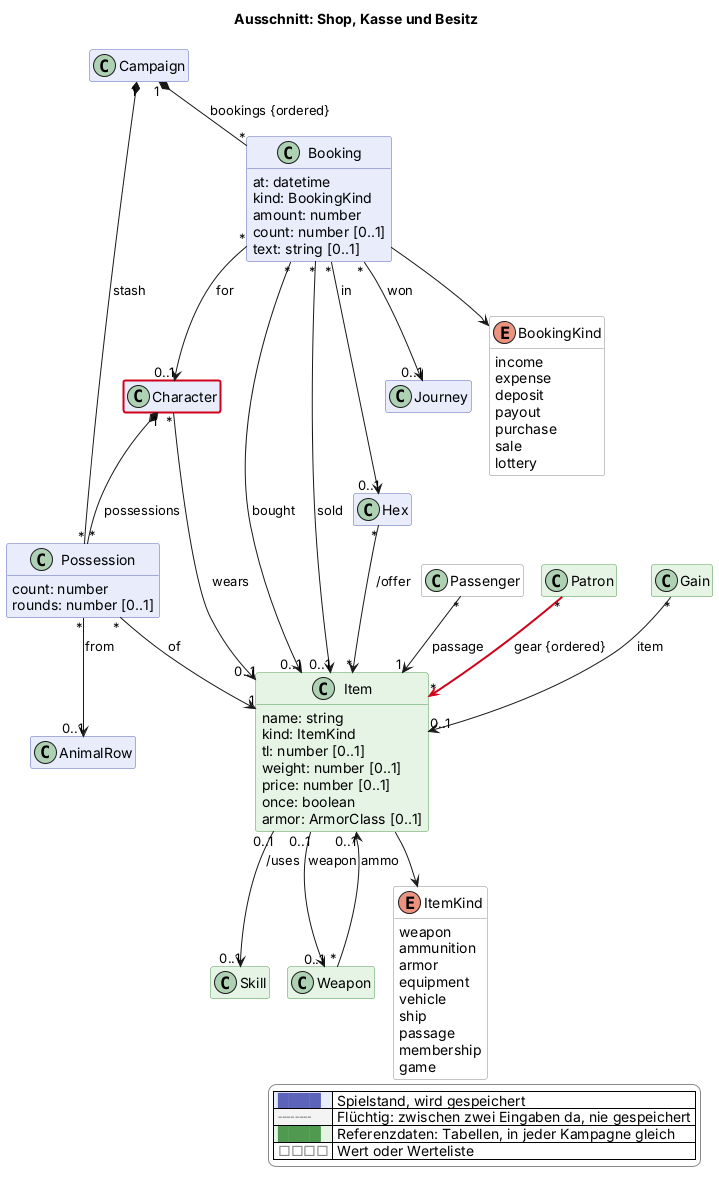
Above: docs/views/shop.png in scuzzar/SRE (PlantUML), before the change.
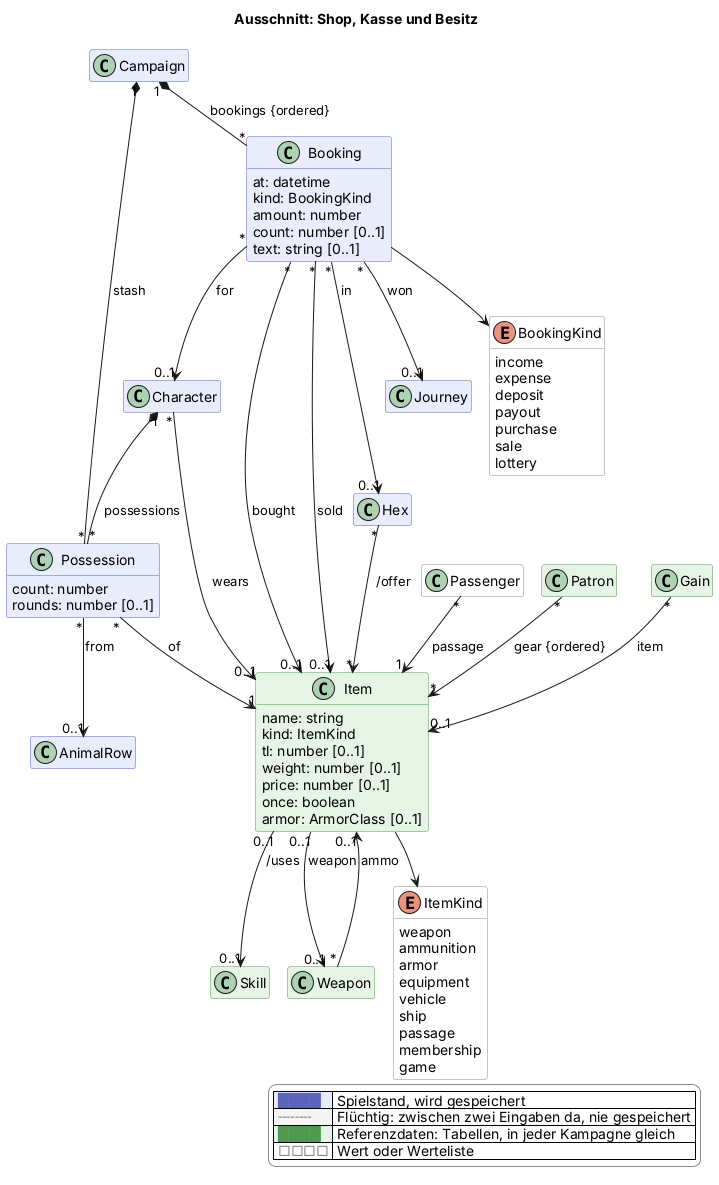
After the commit.

Diff of the diagram source:
```diff
@@ -147,7 +147,7 @@
 Weapon "*" --> "0..1" Item : ammo
 Hex "*" --> "*" Item : /offer
 
-Patron "*" -$newArrow("2026-11-14")-> "*" Item : gear {ordered}
+Patron "*" --> "*" Item : gear {ordered}
 Possession "*" --> "0..1" AnimalRow : from
 
 
@@ -162,5 +162,4 @@
   |<#e6f4e6> <color:#4f9a4f>████</color> | Referenzdaten: Tabellen, in jeder Kampagne gleich |
   |<#ffffff> <color:#8a8a8a>□□□□</color> | Wert oder Werteliste |
 endlegend
-class Character #line:d0021b;line.bold
 @enduml
```
